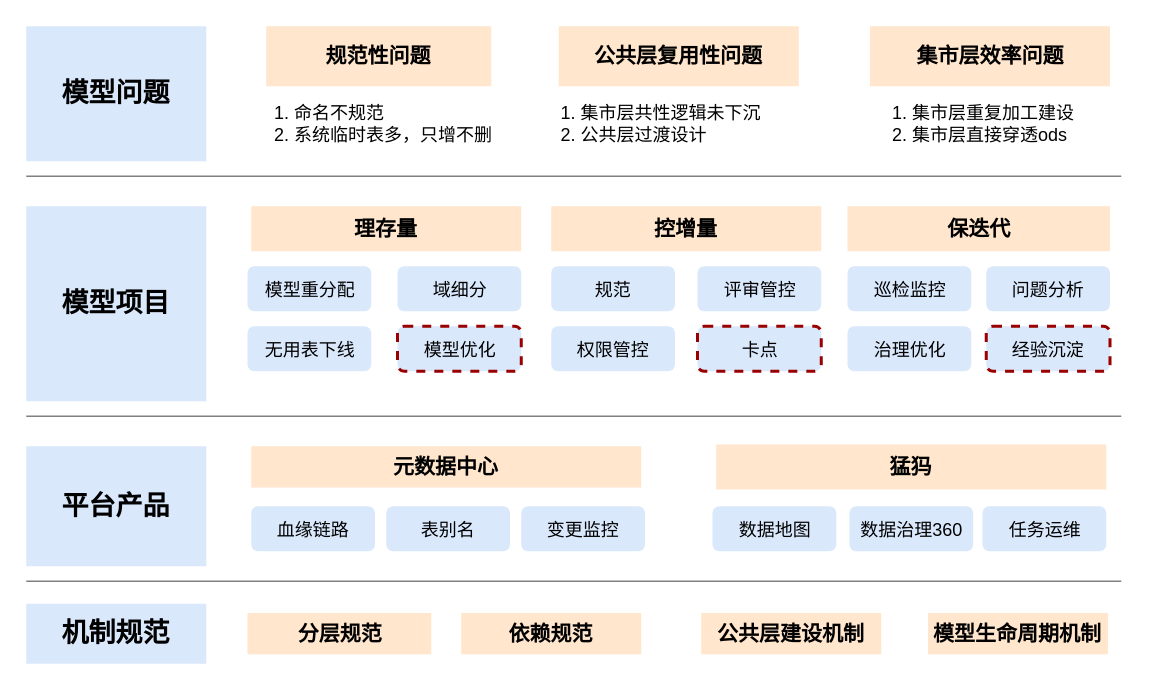
mineminemine123/work-wiki keeps this draw.io diagram as yx流量模型治理.drawio. Above is the earlier version. Source tidied: cells renumbered, new cells numbered last; positions are measured from the earlier drawing's top-left corner, leaving out a move shared by most shapes. Both pictures are drawn from the tidied source at 150%, with x=0, y=0 at pixel (26, 26).
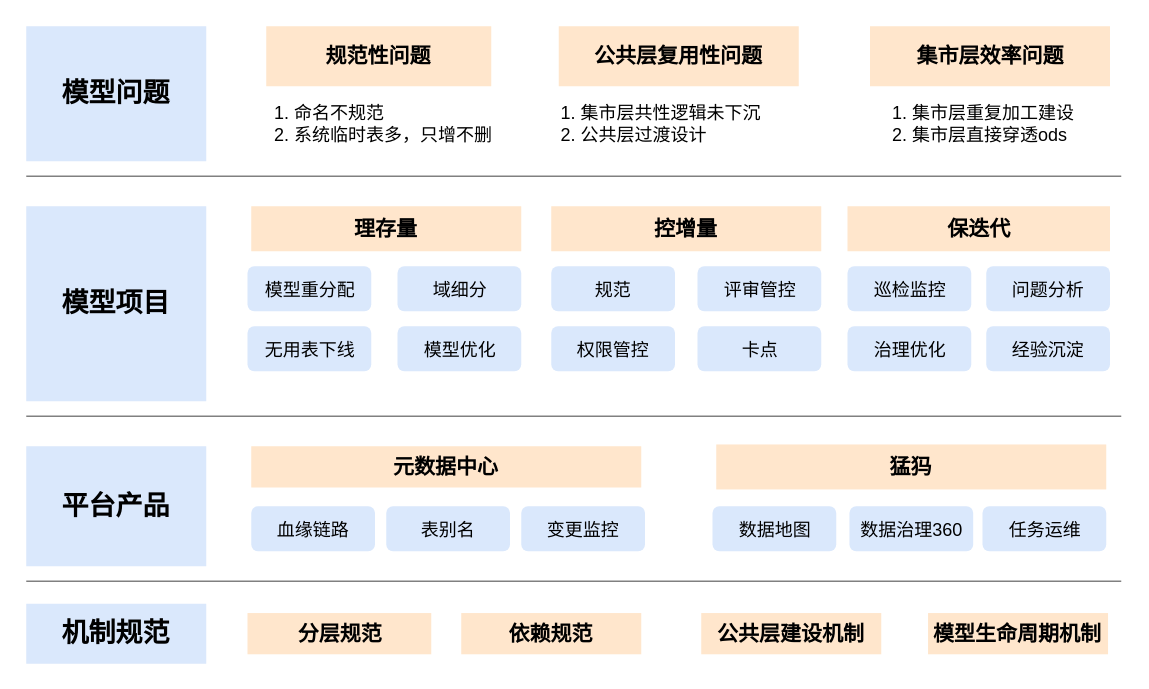
After the change.

Commit message:
更新yx流量模型治理.drawio

Diff of the diagram source:
```diff
@@
-    <mxCell id="17" value="&lt;span style=&quot;font-size: 12px;&quot;&gt;模型优化&lt;/span&gt;" style="rounded=1;whiteSpace=wrap;html=1;dashed=1;strokeColor=#990000;strokeWidth=2;fontSize=14;fillColor=#dae8fc;fontFamily=微软雅黑;" parent="1" vertex="1">
+    <mxCell id="17" value="&lt;span style=&quot;font-size: 12px;&quot;&gt;模型优化&lt;/span&gt;" style="rounded=1;whiteSpace=wrap;html=1;dashed=1;strokeColor=none;strokeWidth=2;fontSize=14;fillColor=#dae8fc;fontFamily=微软雅黑;" parent="1" vertex="1">
       <mxGeometry x="247.5" y="200" width="82.5" height="30" as="geometry" />
     </mxCell>
@@
-    <mxCell id="24" value="&lt;span style=&quot;font-size: 12px;&quot;&gt;卡点&lt;/span&gt;" style="rounded=1;whiteSpace=wrap;html=1;dashed=1;strokeColor=#990000;strokeWidth=2;fontSize=14;fillColor=#dae8fc;fontFamily=微软雅黑;" parent="1" vertex="1">
+    <mxCell id="24" value="&lt;span style=&quot;font-size: 12px;&quot;&gt;卡点&lt;/span&gt;" style="rounded=1;whiteSpace=wrap;html=1;dashed=1;strokeColor=none;strokeWidth=2;fontSize=14;fillColor=#dae8fc;fontFamily=微软雅黑;" parent="1" vertex="1">
       <mxGeometry x="447.5" y="200" width="82.5" height="30" as="geometry" />
     </mxCell>
@@
-    <mxCell id="41" value="&lt;span style=&quot;font-size: 12px;&quot;&gt;经验沉淀&lt;/span&gt;" style="rounded=1;whiteSpace=wrap;html=1;dashed=1;strokeColor=#990000;strokeWidth=2;fontSize=14;fillColor=#dae8fc;fontFamily=微软雅黑;" parent="1" vertex="1">
+    <mxCell id="41" value="&lt;span style=&quot;font-size: 12px;&quot;&gt;经验沉淀&lt;/span&gt;" style="rounded=1;whiteSpace=wrap;html=1;dashed=1;strokeColor=none;strokeWidth=2;fontSize=14;fillColor=#dae8fc;fontFamily=微软雅黑;" parent="1" vertex="1">
       <mxGeometry x="640" y="200" width="82.5" height="30" as="geometry" />
     </mxCell>
```
